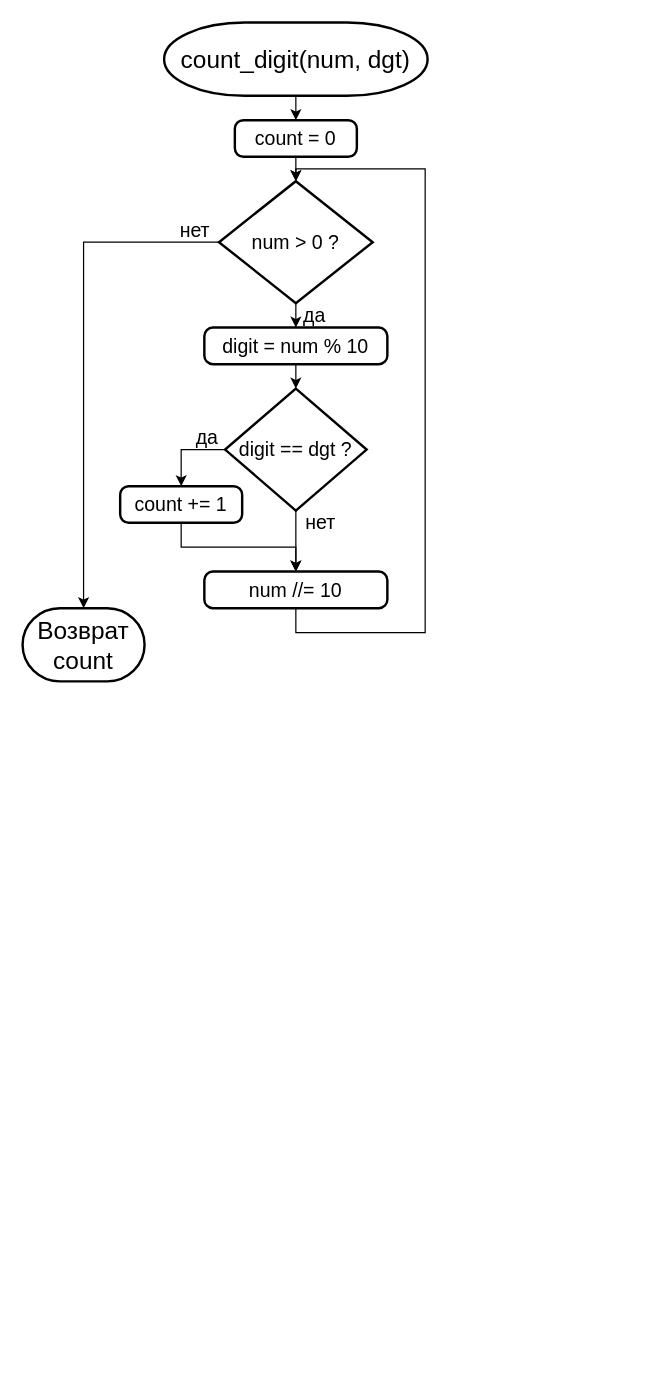
Earlier version of the draw.io diagram les_2_task_8.drawio (nglaz0v/Python_Algorithms). Source tidied: cells renumbered, new cells numbered last; positions are measured from the earlier drawing's top-left corner, leaving out a move shared by most shapes. Both pictures are drawn from the tidied source at 122%, with x=0, y=0 at pixel (22, 22).
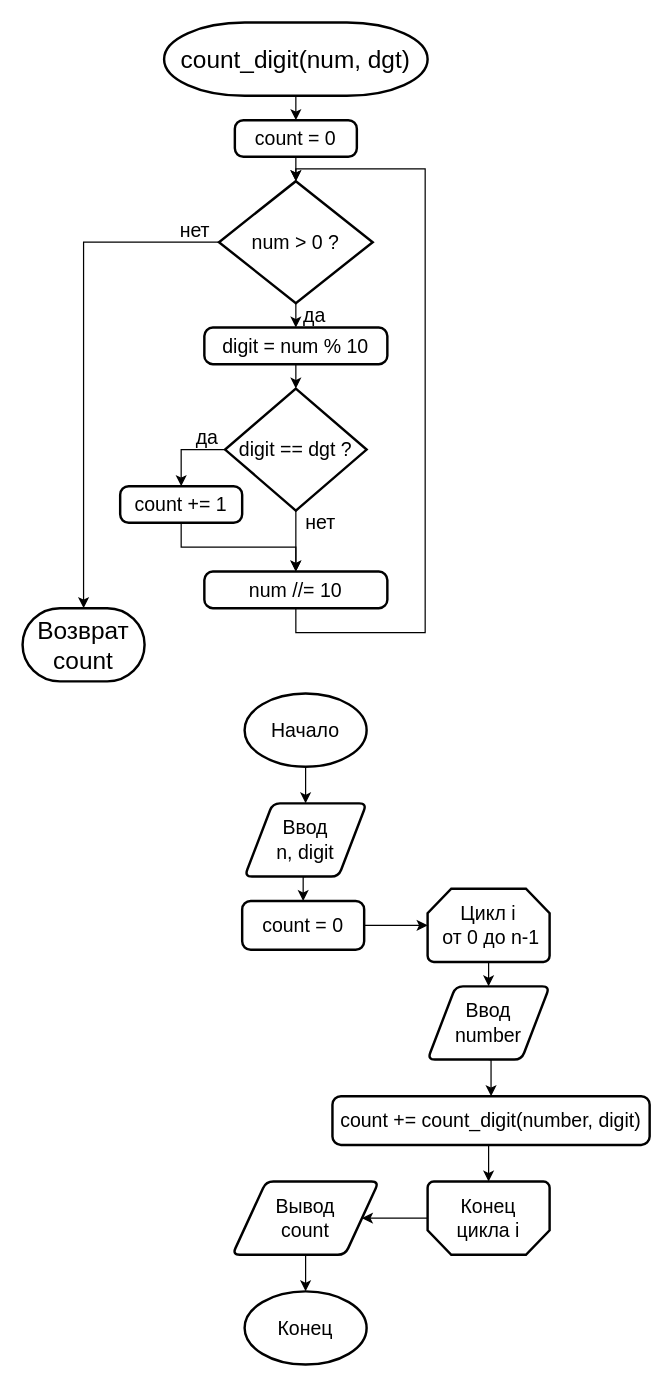
After the change.

The edit, as a diff of the source:
```diff
@@
+    <mxCell id="23" style="edgeStyle=orthogonalEdgeStyle;rounded=0;jettySize=auto;html=1;exitX=0.5;exitY=1;exitDx=0;exitDy=0;exitPerimeter=0;entryX=0.5;entryY=0;entryDx=0;entryDy=0;fontSize=16;" parent="1" edge="1" source="24" target="26">
+      <mxGeometry relative="1" as="geometry" />
+    </mxCell>
+    <mxCell id="24" value="Начало" style="strokeWidth=2;html=1;shape=mxgraph.flowchart.start_1;whiteSpace=wrap;fontSize=16;" parent="1" vertex="1">
+      <mxGeometry x="182" y="550" width="100" height="60" as="geometry" />
+    </mxCell>
+    <mxCell id="25" style="edgeStyle=orthogonalEdgeStyle;rounded=0;jettySize=auto;html=1;exitX=0.5;exitY=1;exitDx=0;exitDy=0;entryX=0.5;entryY=0;entryDx=0;entryDy=0;fontSize=16;" parent="1" edge="1" source="26" target="31">
+      <mxGeometry relative="1" as="geometry" />
+    </mxCell>
+    <mxCell id="26" value="Ввод&lt;br&gt;n, digit" style="shape=parallelogram;html=1;strokeWidth=2;perimeter=parallelogramPerimeter;whiteSpace=wrap;rounded=1;arcSize=12;size=0.23;fontSize=16;" parent="1" vertex="1">
+      <mxGeometry x="182" y="640" width="100" height="60" as="geometry" />
+    </mxCell>
+    <mxCell id="27" style="edgeStyle=orthogonalEdgeStyle;rounded=0;jettySize=auto;html=1;exitX=0.5;exitY=1;exitDx=0;exitDy=0;entryX=0.5;entryY=0;entryDx=0;entryDy=0;entryPerimeter=0;fontSize=16;" parent="1" edge="1" source="28" target="29">
+      <mxGeometry relative="1" as="geometry" />
+    </mxCell>
+    <mxCell id="28" value="Вывод&lt;br&gt;count" style="shape=parallelogram;html=1;strokeWidth=2;perimeter=parallelogramPerimeter;whiteSpace=wrap;rounded=1;arcSize=12;size=0.23;fontSize=16;" parent="1" vertex="1">
+      <mxGeometry x="172" y="950" width="120" height="60" as="geometry" />
+    </mxCell>
+    <mxCell id="29" value="Конец" style="strokeWidth=2;html=1;shape=mxgraph.flowchart.start_1;whiteSpace=wrap;fontSize=16;" parent="1" vertex="1">
+      <mxGeometry x="182" y="1040" width="100" height="60" as="geometry" />
+    </mxCell>
+    <mxCell id="30" style="edgeStyle=orthogonalEdgeStyle;rounded=0;jettySize=auto;html=1;exitX=1;exitY=0.5;exitDx=0;exitDy=0;fontSize=16;" parent="1" edge="1" source="31" target="33">
+      <mxGeometry relative="1" as="geometry" />
+    </mxCell>
+    <mxCell id="31" value="count = 0" style="rounded=1;whiteSpace=wrap;html=1;absoluteArcSize=1;arcSize=14;strokeWidth=2;fontSize=16;" parent="1" vertex="1">
+      <mxGeometry x="180" y="720" width="100" height="40" as="geometry" />
+    </mxCell>
+    <mxCell id="32" style="edgeStyle=orthogonalEdgeStyle;rounded=0;jettySize=auto;html=1;exitX=0.5;exitY=1;exitDx=0;exitDy=0;exitPerimeter=0;entryX=0.5;entryY=0;entryDx=0;entryDy=0;fontSize=16;" parent="1" edge="1" source="33" target="37">
+      <mxGeometry relative="1" as="geometry" />
+    </mxCell>
+    <mxCell id="33" value="Цикл i&lt;br&gt;&amp;nbsp;от 0 до n-1" style="strokeWidth=2;html=1;shape=mxgraph.flowchart.loop_limit;whiteSpace=wrap;fontSize=16;" parent="1" vertex="1">
+      <mxGeometry x="332" y="710" width="100" height="60" as="geometry" />
+    </mxCell>
+    <mxCell id="34" style="edgeStyle=orthogonalEdgeStyle;rounded=0;jettySize=auto;html=1;exitX=1;exitY=0.5;exitDx=0;exitDy=0;exitPerimeter=0;entryX=1;entryY=0.5;entryDx=0;entryDy=0;fontSize=16;" parent="1" edge="1" source="35" target="28">
+      <mxGeometry relative="1" as="geometry" />
+    </mxCell>
+    <mxCell id="35" value="Конец&lt;br&gt;цикла i" style="strokeWidth=2;html=1;shape=mxgraph.flowchart.loop_limit;whiteSpace=wrap;fontSize=16;direction=west;" parent="1" vertex="1">
+      <mxGeometry x="332" y="950" width="100" height="60" as="geometry" />
+    </mxCell>
+    <mxCell id="36" style="edgeStyle=orthogonalEdgeStyle;rounded=0;jettySize=auto;html=1;exitX=0.5;exitY=1;exitDx=0;exitDy=0;entryX=0.5;entryY=0;entryDx=0;entryDy=0;fontSize=16;" parent="1" edge="1" source="37" target="39">
+      <mxGeometry relative="1" as="geometry" />
+    </mxCell>
+    <mxCell id="37" value="Ввод&lt;br&gt;number" style="shape=parallelogram;html=1;strokeWidth=2;perimeter=parallelogramPerimeter;whiteSpace=wrap;rounded=1;arcSize=12;size=0.23;fontSize=16;" parent="1" vertex="1">
+      <mxGeometry x="332" y="790" width="100" height="60" as="geometry" />
+    </mxCell>
+    <mxCell id="38" style="edgeStyle=orthogonalEdgeStyle;rounded=0;jettySize=auto;html=1;exitX=0.5;exitY=1;exitDx=0;exitDy=0;entryX=0.5;entryY=1;entryDx=0;entryDy=0;entryPerimeter=0;fontSize=16;" parent="1" edge="1" source="39" target="35">
+      <mxGeometry relative="1" as="geometry" />
+    </mxCell>
+    <mxCell id="39" value="count += count_digit(number, digit)" style="rounded=1;whiteSpace=wrap;html=1;absoluteArcSize=1;arcSize=14;strokeWidth=2;fontSize=16;" parent="1" vertex="1">
+      <mxGeometry x="254" y="880" width="260" height="40" as="geometry" />
+    </mxCell>
```
